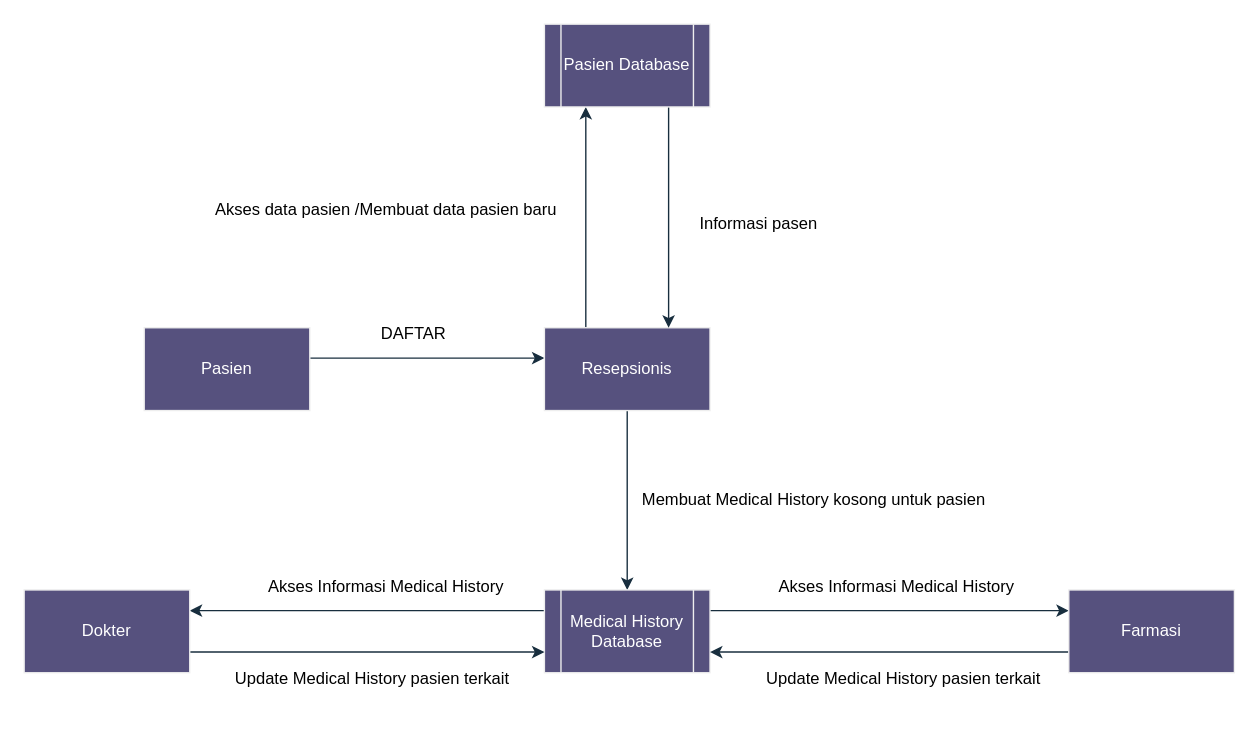
Above: page "dfd-lvl1" (2 of 6) of klinik-dfd-lvl0.drawio in rrahmatn/dfd_erd_uml (draw.io), before the change. Source tidied: cells renumbered, new cells numbered last; positions are measured from the earlier drawing's top-left corner, leaving out a move shared by most shapes. Both pictures are drawn from the tidied source at 138%, with x=0, y=0 at pixel (23, 23).
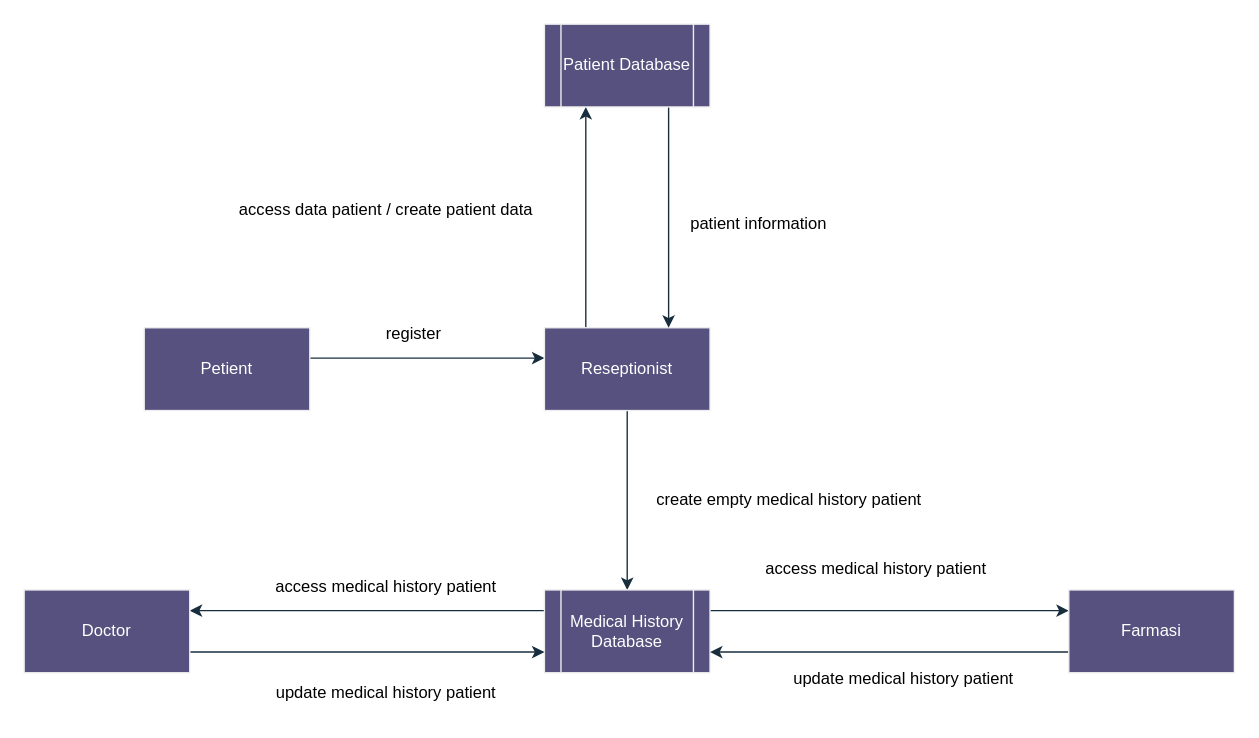
The same page after the edit.

Diff of the diagram source:
```diff
@@
-    <mxCell id="3" value="Pasien" style="rounded=0;whiteSpace=wrap;html=1;strokeColor=#EEEEEE;fontColor=#FFFFFF;fillColor=#56517E;" parent="1" vertex="1">
+    <mxCell id="3" value="Petient" style="rounded=0;whiteSpace=wrap;html=1;strokeColor=#EEEEEE;fontColor=#FFFFFF;fillColor=#56517E;" parent="1" vertex="1">
       <mxGeometry x="87" y="220" width="120" height="60" as="geometry" />
     </mxCell>
@@
-    <mxCell id="6" value="Resepsionis" style="rounded=0;whiteSpace=wrap;html=1;strokeColor=#EEEEEE;fontColor=#FFFFFF;fillColor=#56517E;" parent="1" vertex="1">
+    <mxCell id="6" value="Reseptionist" style="rounded=0;whiteSpace=wrap;html=1;strokeColor=#EEEEEE;fontColor=#FFFFFF;fillColor=#56517E;" parent="1" vertex="1">
       <mxGeometry x="377" y="220" width="120" height="60" as="geometry" />
     </mxCell>
@@
-    <mxCell id="10" value="&lt;font color=&quot;#000000&quot;&gt;DAFTAR&lt;/font&gt;" style="text;html=1;align=center;verticalAlign=middle;strokeColor=none;fillColor=none;fontColor=#FFFFFF;" parent="1" vertex="1">
-      <mxGeometry x="247" y="210" width="70" height="30" as="geometry" />
+    <mxCell id="10" value="&lt;font color=&quot;#000000&quot;&gt;register&lt;/font&gt;" style="text;html=1;align=center;verticalAlign=middle;strokeColor=none;fillColor=none;fontColor=#FFFFFF;" parent="1" vertex="1">
+      <mxGeometry x="252" y="210" width="60" height="30" as="geometry" />
     </mxCell>
-    <mxCell id="11" value="&lt;font color=&quot;#000000&quot;&gt;Membuat Medical History kosong untuk pasien&lt;/font&gt;" style="text;html=1;align=center;verticalAlign=middle;strokeColor=none;fillColor=none;fontColor=#FFFFFF;rotation=0;" parent="1" vertex="1">
-      <mxGeometry x="437" y="330" width="270" height="30" as="geometry" />
+    <mxCell id="11" value="&lt;font color=&quot;#000000&quot;&gt;create empty medical history patient&lt;/font&gt;" style="text;html=1;align=center;verticalAlign=middle;strokeColor=none;fillColor=none;fontColor=#FFFFFF;rotation=0;" parent="1" vertex="1">
+      <mxGeometry x="444" y="330" width="220" height="30" as="geometry" />
     </mxCell>
@@
-    <mxCell id="13" value="Pasien Database" style="shape=process;whiteSpace=wrap;html=1;backgroundOutline=1;strokeColor=#EEEEEE;fontColor=#FFFFFF;fillColor=#56517E;" parent="1" vertex="1">
+    <mxCell id="13" value="Patient Database" style="shape=process;whiteSpace=wrap;html=1;backgroundOutline=1;strokeColor=#EEEEEE;fontColor=#FFFFFF;fillColor=#56517E;" parent="1" vertex="1">
       <mxGeometry x="377" width="120" height="60" as="geometry" />
     </mxCell>
-    <mxCell id="14" value="&lt;font color=&quot;#000000&quot;&gt;Akses data pasien /Membuat data pasien baru&lt;/font&gt;" style="text;html=1;align=center;verticalAlign=middle;strokeColor=none;fillColor=none;fontColor=#FFFFFF;" parent="1" vertex="1">
-      <mxGeometry x="127" y="120" width="270" height="30" as="geometry" />
+    <mxCell id="14" value="&lt;font color=&quot;#000000&quot;&gt;access data patient / create patient data&lt;/font&gt;" style="text;html=1;align=center;verticalAlign=middle;strokeColor=none;fillColor=none;fontColor=#FFFFFF;" parent="1" vertex="1">
+      <mxGeometry x="142" y="120" width="240" height="30" as="geometry" />
     </mxCell>
-    <mxCell id="15" value="&lt;font color=&quot;#000000&quot;&gt;Informasi pasen&lt;/font&gt;" style="text;html=1;align=center;verticalAlign=middle;strokeColor=none;fillColor=none;fontColor=#FFFFFF;" parent="1" vertex="1">
-      <mxGeometry x="477" y="130" width="110" height="30" as="geometry" />
+    <mxCell id="15" value="&lt;font color=&quot;#000000&quot;&gt;patient information&lt;/font&gt;" style="text;html=1;align=center;verticalAlign=middle;strokeColor=none;fillColor=none;fontColor=#FFFFFF;" parent="1" vertex="1">
+      <mxGeometry x="472" y="130" width="120" height="30" as="geometry" />
     </mxCell>
@@
-    <mxCell id="17" value="Dokter" style="rounded=0;whiteSpace=wrap;html=1;strokeColor=#EEEEEE;fontColor=#FFFFFF;fillColor=#56517E;" parent="1" vertex="1">
+    <mxCell id="17" value="Doctor" style="rounded=0;whiteSpace=wrap;html=1;strokeColor=#EEEEEE;fontColor=#FFFFFF;fillColor=#56517E;" parent="1" vertex="1">
       <mxGeometry y="410" width="120" height="60" as="geometry" />
     </mxCell>
@@
-    <mxCell id="20" value="&lt;font color=&quot;#000000&quot;&gt;Akses Informasi Medical History&lt;/font&gt;" style="text;html=1;align=center;verticalAlign=middle;strokeColor=none;fillColor=none;fontColor=#FFFFFF;rotation=0;" parent="1" vertex="1">
-      <mxGeometry x="167" y="393" width="190" height="30" as="geometry" />
+    <mxCell id="20" value="&lt;font color=&quot;#000000&quot;&gt;access medical history patient&lt;/font&gt;" style="text;html=1;align=center;verticalAlign=middle;strokeColor=none;fillColor=none;fontColor=#FFFFFF;rotation=0;" parent="1" vertex="1">
+      <mxGeometry x="172" y="393" width="180" height="30" as="geometry" />
     </mxCell>
-    <mxCell id="21" value="&lt;font color=&quot;#000000&quot;&gt;Update Medical History pasien terkait&lt;/font&gt;" style="text;html=1;align=center;verticalAlign=middle;strokeColor=none;fillColor=none;fontColor=#FFFFFF;rotation=0;" parent="1" vertex="1">
-      <mxGeometry x="142" y="460" width="220" height="30" as="geometry" />
-    </mxCell>
-    <mxCell id="22" value="&lt;font color=&quot;#000000&quot;&gt;Akses Informasi Medical History&lt;/font&gt;" style="text;html=1;align=center;verticalAlign=middle;strokeColor=none;fillColor=none;fontColor=#FFFFFF;rotation=0;" parent="1" vertex="1">
-      <mxGeometry x="537" y="393" width="190" height="30" as="geometry" />
-    </mxCell>
-    <mxCell id="23" value="&lt;font color=&quot;#000000&quot;&gt;Update Medical History pasien terkait&lt;/font&gt;" style="text;html=1;align=center;verticalAlign=middle;strokeColor=none;fillColor=none;fontColor=#FFFFFF;rotation=0;" parent="1" vertex="1">
-      <mxGeometry x="527" y="460" width="220" height="30" as="geometry" />
+    <mxCell id="23" value="&lt;font color=&quot;#000000&quot;&gt;update medical history patient&lt;/font&gt;" style="text;html=1;align=center;verticalAlign=middle;strokeColor=none;fillColor=none;fontColor=#FFFFFF;rotation=0;" parent="1" vertex="1">
+      <mxGeometry x="547" y="460" width="180" height="30" as="geometry" />
     </mxCell>
+    <mxCell id="24" value="&lt;font color=&quot;#000000&quot;&gt;access medical history patient&lt;/font&gt;" style="text;html=1;align=center;verticalAlign=middle;strokeColor=none;fillColor=none;fontColor=#FFFFFF;rotation=0;" parent="1" vertex="1">
+      <mxGeometry x="527" y="380" width="180" height="30" as="geometry" />
+    </mxCell>
+    <mxCell id="25" value="&lt;font color=&quot;#000000&quot;&gt;update medical history patient&lt;/font&gt;" style="text;html=1;align=center;verticalAlign=middle;strokeColor=none;fillColor=none;fontColor=#FFFFFF;rotation=0;" parent="1" vertex="1">
+      <mxGeometry x="172" y="470" width="180" height="30" as="geometry" />
+    </mxCell>
```
